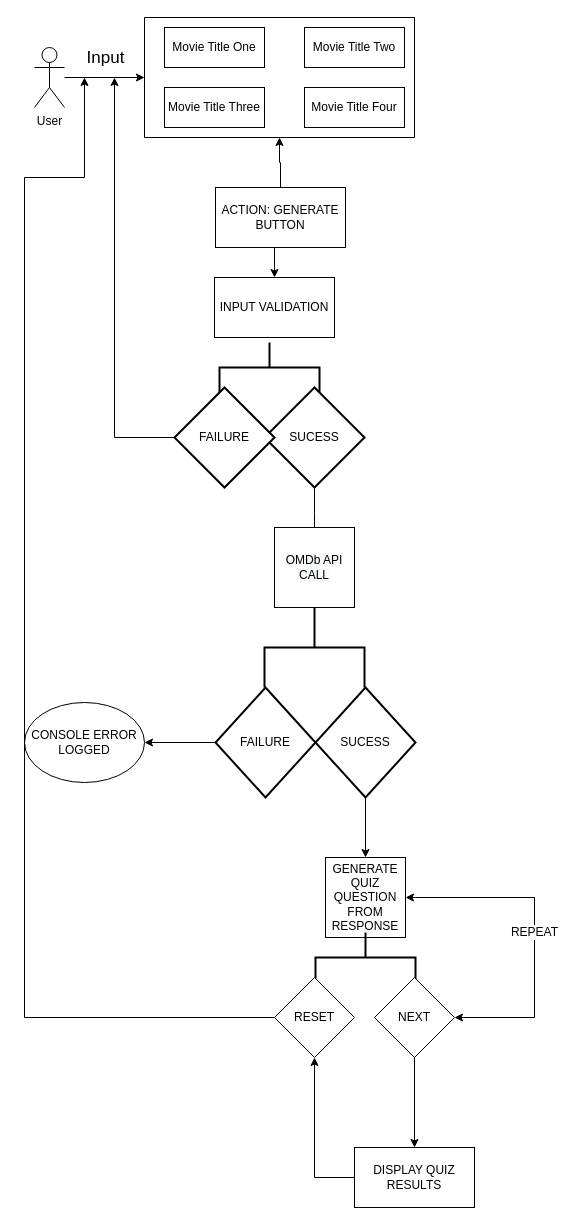
The draw.io diagram Untitled Diagram.drawio in ryanmontgomerytate/movie_trivia, before the edit. Source tidied: cells renumbered, new cells numbered last; positions are measured from the earlier drawing's top-left corner, leaving out a move shared by most shapes. Both pictures are drawn from the tidied source at 100%, with x=0, y=0 at pixel (24, 17).
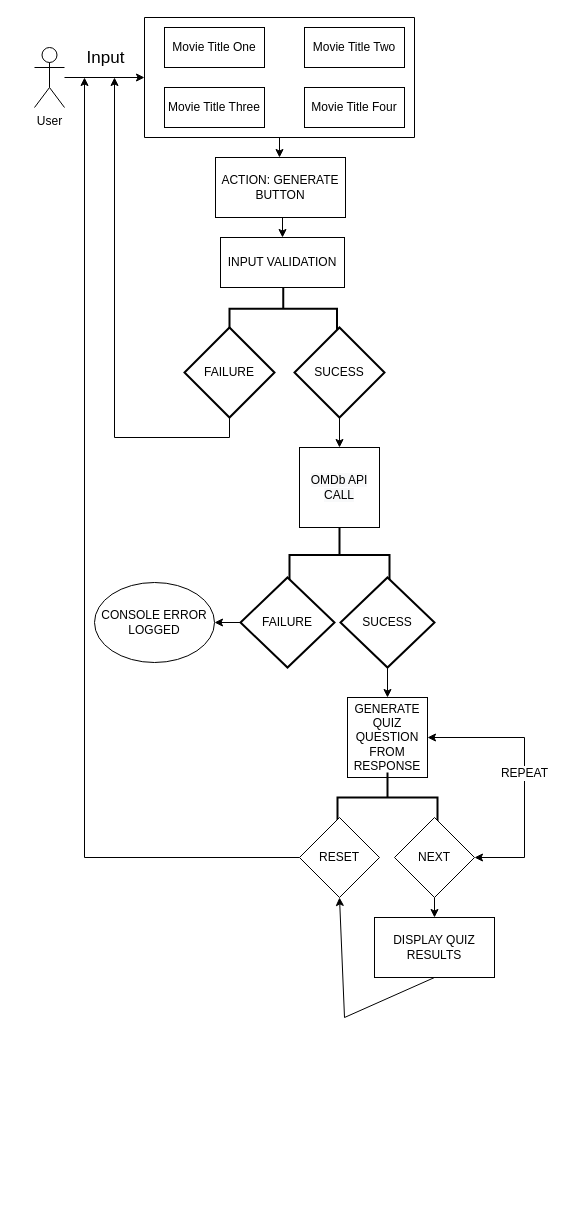
After the change.

Commit message:
Movie-Trivia

The change refers to these unchanged cells:
```xml
<mxCell id="9" style="swimlane;startSize=0;" parent="1" vertex="1">
  <mxGeometry x="120" width="270" height="120" as="geometry" />
</mxCell>
```

What changed in the source:
```diff
@@
-    <mxCell id="10" style="edgeStyle=orthogonalEdgeStyle;rounded=0;jettySize=auto;html=1;entryX=0.5;entryY=1;entryDx=0;entryDy=0;" parent="1" edge="1" source="12" target="9">
-      <mxGeometry relative="1" as="geometry" />
-    </mxCell>
@@
     <mxCell id="12" value="ACTION: GENERATE BUTTON" style="whiteSpace=wrap;html=1;" parent="1" vertex="1">
-      <mxGeometry x="191" y="170" width="130" height="60" as="geometry" />
+      <mxGeometry x="191" y="140" width="130" height="60" as="geometry" />
     </mxCell>
     <mxCell id="13" value="INPUT VALIDATION" style="whiteSpace=wrap;html=1;" parent="1" vertex="1">
-      <mxGeometry x="190" y="260" width="120" height="60" as="geometry" />
+      <mxGeometry x="196" y="220" width="124" height="50" as="geometry" />
     </mxCell>
     <mxCell id="14" style="strokeWidth=2;html=1;shape=mxgraph.flowchart.annotation_2;align=left;labelPosition=right;rotation=90;" parent="1" vertex="1">
-      <mxGeometry x="220" y="300" width="50" height="100" as="geometry" />
+      <mxGeometry x="237.5" y="237.5" width="42.5" height="107.5" as="geometry" />
     </mxCell>
-    <mxCell id="15" style="edgeStyle=orthogonalEdgeStyle;rounded=0;jettySize=auto;html=1;fontSize=12;" parent="1" edge="1" source="16">
-      <mxGeometry relative="1" as="geometry">
-        <mxPoint x="290" y="520" as="targetPoint" />
-      </mxGeometry>
-    </mxCell>
+    <mxCell id="35" style="edgeStyle=orthogonalEdgeStyle;rounded=0;jettySize=auto;html=1;fontSize=12;" parent="1" edge="1" source="16" target="21">
+      <mxGeometry relative="1" as="geometry" />
+    </mxCell>
     <mxCell id="16" value="SUCESS" style="strokeWidth=2;html=1;shape=mxgraph.flowchart.decision;whiteSpace=wrap;" parent="1" vertex="1">
-      <mxGeometry x="240" y="370" width="100" height="100" as="geometry" />
+      <mxGeometry x="270" y="310" width="90" height="90" as="geometry" />
     </mxCell>
@@
     <mxCell id="18" value="FAILURE" style="strokeWidth=2;html=1;shape=mxgraph.flowchart.decision;whiteSpace=wrap;" parent="1" vertex="1">
-      <mxGeometry x="150" y="370" width="100" height="100" as="geometry" />
+      <mxGeometry x="160" y="310" width="90" height="90" as="geometry" />
     </mxCell>
     <mxCell id="19" value="CONSOLE ERROR LOGGED" style="ellipse;whiteSpace=wrap;html=1;labelBackgroundColor=none;fontSize=12;" parent="1" vertex="1">
-      <mxGeometry y="685" width="120" height="80" as="geometry" />
+      <mxGeometry x="70" y="565" width="120" height="80" as="geometry" />
     </mxCell>
@@
     <mxCell id="21" value="&lt;span style=&quot;color: rgb(0, 0, 0); font-family: helvetica; font-size: 12px; font-style: normal; font-weight: 400; letter-spacing: normal; text-align: center; text-indent: 0px; text-transform: none; word-spacing: 0px; background-color: rgb(248, 249, 250); display: inline; float: none;&quot;&gt;OMDb API CALL&lt;/span&gt;" style="whiteSpace=wrap;html=1;labelBackgroundColor=none;fontSize=12;" parent="1" vertex="1">
-      <mxGeometry x="250" y="510" width="80" height="80" as="geometry" />
+      <mxGeometry x="275" y="430" width="80" height="80" as="geometry" />
     </mxCell>
     <mxCell id="22" style="strokeWidth=2;html=1;shape=mxgraph.flowchart.annotation_2;align=left;labelPosition=right;labelBackgroundColor=none;rotation=90;" parent="1" vertex="1">
-      <mxGeometry x="250" y="580" width="80" height="100" as="geometry" />
+      <mxGeometry x="287.5" y="487.5" width="55" height="100" as="geometry" />
     </mxCell>
     <mxCell id="23" value="FAILURE" style="strokeWidth=2;html=1;shape=mxgraph.flowchart.decision;whiteSpace=wrap;" parent="1" vertex="1">
-      <mxGeometry x="191" y="670" width="100" height="110" as="geometry" />
+      <mxGeometry x="216" y="560" width="94" height="90" as="geometry" />
     </mxCell>
@@
     <mxCell id="25" value="SUCESS" style="strokeWidth=2;html=1;shape=mxgraph.flowchart.decision;whiteSpace=wrap;" parent="1" vertex="1">
-      <mxGeometry x="291" y="670" width="100" height="110" as="geometry" />
+      <mxGeometry x="316" y="560" width="94" height="90" as="geometry" />
     </mxCell>
     <mxCell id="26" value="GENERATE QUIZ QUESTION FROM RESPONSE" style="whiteSpace=wrap;html=1;labelBackgroundColor=none;fontSize=12;" parent="1" vertex="1">
-      <mxGeometry x="301" y="840" width="80" height="80" as="geometry" />
+      <mxGeometry x="323" y="680" width="80" height="80" as="geometry" />
     </mxCell>
     <mxCell id="27" style="strokeWidth=2;html=1;shape=mxgraph.flowchart.annotation_2;align=left;labelPosition=right;labelBackgroundColor=none;fontSize=12;rotation=90;" parent="1" vertex="1">
-      <mxGeometry x="316" y="890" width="50" height="100" as="geometry" />
+      <mxGeometry x="338" y="730" width="50" height="100" as="geometry" />
     </mxCell>
@@
     <mxCell id="29" value="NEXT" style="rhombus;whiteSpace=wrap;html=1;labelBackgroundColor=none;fontSize=12;" parent="1" vertex="1">
-      <mxGeometry x="350" y="960" width="80" height="80" as="geometry" />
+      <mxGeometry x="370" y="800" width="80" height="80" as="geometry" />
     </mxCell>
     <mxCell id="30" style="edgeStyle=orthogonalEdgeStyle;rounded=0;jettySize=auto;html=1;fontSize=12;" parent="1" edge="1" source="31">
       <mxGeometry relative="1" as="geometry">
         <mxPoint x="60" y="60" as="targetPoint" />
         <Array as="points">
-          <mxPoint y="1000" />
-          <mxPoint y="160" />
-          <mxPoint x="60" y="160" />
+          <mxPoint x="60" y="840" />
         </Array>
       </mxGeometry>
     </mxCell>
     <mxCell id="31" value="RESET" style="rhombus;whiteSpace=wrap;html=1;labelBackgroundColor=none;fontSize=12;" parent="1" vertex="1">
-      <mxGeometry x="250" y="960" width="80" height="80" as="geometry" />
+      <mxGeometry x="275" y="800" width="80" height="80" as="geometry" />
     </mxCell>
     <mxCell id="32" value="REPEAT" style="endArrow=classic;startArrow=classic;html=1;rounded=0;fontSize=12;exitX=1;exitY=0.5;exitDx=0;exitDy=0;entryX=1;entryY=0.5;entryDx=0;entryDy=0;" parent="1" edge="1" source="29" target="26">
       <mxGeometry relative="1" as="geometry">
         <Array as="points">
-          <mxPoint x="510" y="1000" />
-          <mxPoint x="510" y="880" />
+          <mxPoint x="500" y="840" />
+          <mxPoint x="500" y="720" />
         </Array>
       </mxGeometry>
     </mxCell>
+    <mxCell id="34" value="DISPLAY QUIZ RESULTS" style="whiteSpace=wrap;html=1;labelBackgroundColor=none;" parent="1" vertex="1">
+      <mxGeometry x="350" y="900" width="120" height="60" as="geometry" />
+    </mxCell>
+    <mxCell id="36" style="endArrow=classic;html=1;rounded=0;fontSize=12;exitX=0.5;exitY=1;exitDx=0;exitDy=0;" parent="1" edge="1" source="9">
+      <mxGeometry relative="1" as="geometry">
+        <mxPoint x="255" y="140" as="targetPoint" />
+      </mxGeometry>
+    </mxCell>
-    <mxCell id="33" style="edgeStyle=orthogonalEdgeStyle;rounded=0;jettySize=auto;html=1;fontSize=12;" parent="1" edge="1" source="34" target="31">
+    <mxCell id="33" style="endArrow=classic;html=1;rounded=0;fontSize=12;entryX=0.5;entryY=1;entryDx=0;entryDy=0;exitX=0.5;exitY=1;exitDx=0;exitDy=0;" parent="1" edge="1" source="34" target="31">
       <mxGeometry relative="1" as="geometry">
         <Array as="points">
-          <mxPoint x="290" y="1160" />
+          <mxPoint x="320" y="1000" />
         </Array>
       </mxGeometry>
     </mxCell>
-    <mxCell id="34" value="DISPLAY QUIZ RESULTS" style="whiteSpace=wrap;html=1;labelBackgroundColor=none;" parent="1" vertex="1">
-      <mxGeometry x="330" y="1130" width="120" height="60" as="geometry" />
-    </mxCell>
```
